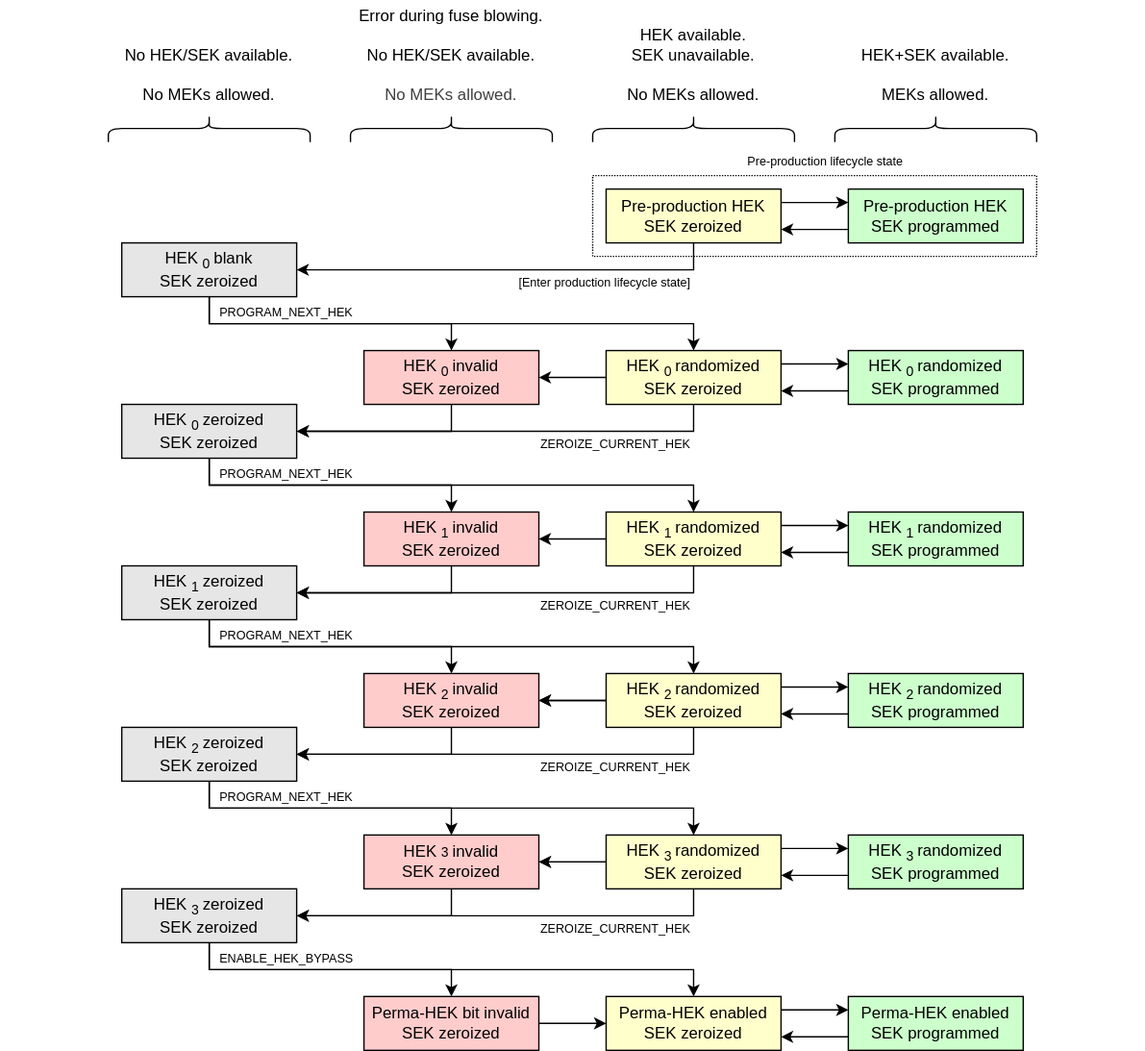
Before: doc/ocp_lock/diagrams/hek_sek_rotation.drawio.svg, a diagram exported from draw.io (chipsalliance/Caliptra). Source tidied: cells renumbered, new cells last; positions are measured from the earlier drawing's top-left corner, leaving out a move shared by most shapes.
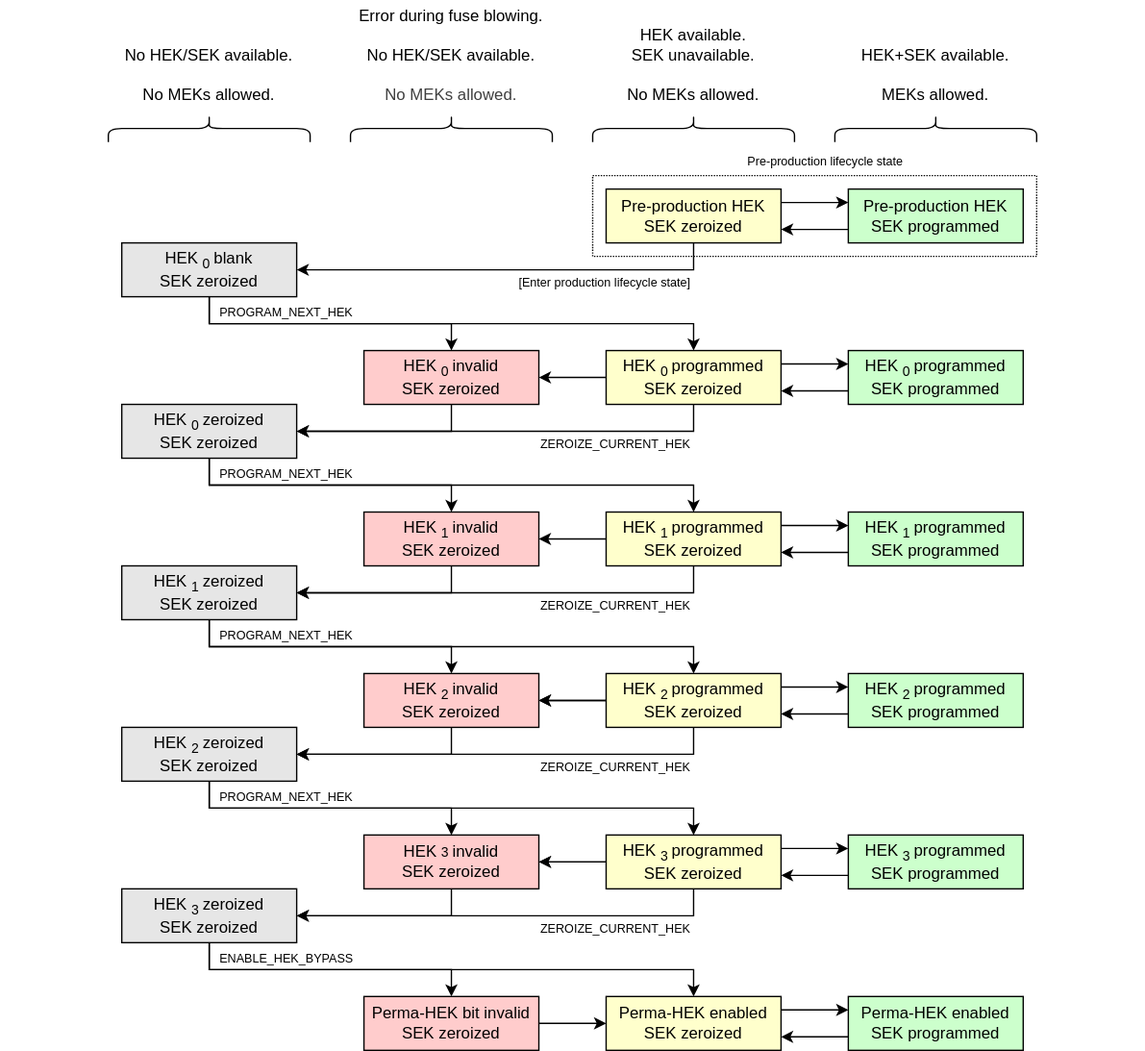
After the change.

Commit message:
Tweak REPORT_EPOCH_KEY_STATE. (#503)

- Remove extraneous input arguments that are no longer necessary.
- Reword output arguments to better align with standards.

Change to the diagram source:
```diff
@@ -11,7 +11,7 @@
     <mxCell id="4" value="&lt;div&gt;&lt;font color=&quot;#000000&quot;&gt;HEK&lt;sub&gt;0&lt;/sub&gt;&amp;nbsp;&lt;/font&gt;&lt;span style=&quot;color: rgb(0, 0, 0); background-color: transparent;&quot;&gt;blank&lt;/span&gt;&lt;/div&gt;&lt;div&gt;&lt;font color=&quot;#000000&quot;&gt;SEK&amp;nbsp;&lt;span style=&quot;color: rgb(0, 0, 0);&quot;&gt;zeroized&lt;/span&gt;&amp;nbsp;&lt;/font&gt;&lt;/div&gt;" style="rounded=0;whiteSpace=wrap;html=1;align=center;verticalAlign=middle;shadow=0;glass=0;spacingLeft=0;spacingBottom=0;spacingTop=0;fillColor=#E6E6E6;" parent="1" vertex="1">
       <mxGeometry x="90" y="180" width="130" height="40" as="geometry" />
     </mxCell>
-    <mxCell id="5" value="&lt;div&gt;&lt;font color=&quot;#000000&quot;&gt;HEK&lt;sub&gt;0&lt;/sub&gt;&amp;nbsp;randomized&lt;/font&gt;&lt;/div&gt;&lt;div&gt;&lt;font color=&quot;#000000&quot;&gt;SEK&amp;nbsp;&lt;/font&gt;&lt;span style=&quot;color: rgb(0, 0, 0); background-color: transparent;&quot;&gt;zeroized&lt;/span&gt;&lt;/div&gt;" style="rounded=0;whiteSpace=wrap;html=1;align=center;verticalAlign=middle;shadow=0;glass=0;spacingLeft=0;spacingBottom=0;spacingTop=0;fillColor=#FFFFCC;" parent="1" vertex="1">
+    <mxCell id="5" value="&lt;div&gt;&lt;font color=&quot;#000000&quot;&gt;HEK&lt;sub&gt;0&lt;/sub&gt;&amp;nbsp;programmed&lt;/font&gt;&lt;/div&gt;&lt;div&gt;&lt;font color=&quot;#000000&quot;&gt;SEK&amp;nbsp;&lt;/font&gt;&lt;span style=&quot;color: rgb(0, 0, 0); background-color: transparent;&quot;&gt;zeroized&lt;/span&gt;&lt;/div&gt;" style="rounded=0;whiteSpace=wrap;html=1;align=center;verticalAlign=middle;shadow=0;glass=0;spacingLeft=0;spacingBottom=0;spacingTop=0;fillColor=#FFFFCC;" parent="1" vertex="1">
       <mxGeometry x="450" y="260" width="130" height="40" as="geometry" />
     </mxCell>
     <mxCell id="6" value="&lt;div&gt;&lt;font color=&quot;#000000&quot;&gt;HEK&lt;sub&gt;0&lt;/sub&gt;&amp;nbsp;invalid&lt;/font&gt;&lt;/div&gt;&lt;div&gt;&lt;font color=&quot;#000000&quot;&gt;SEK zeroized&lt;/font&gt;&lt;/div&gt;" style="rounded=0;whiteSpace=wrap;html=1;align=center;verticalAlign=middle;shadow=0;glass=0;spacingLeft=0;spacingBottom=0;spacingTop=0;fillColor=#FFCCCC;" parent="1" vertex="1">
@@ -43,10 +43,10 @@
         </Array>
       </mxGeometry>
     </mxCell>
-    <mxCell id="13" value="&lt;div&gt;&lt;font color=&quot;#000000&quot;&gt;HEK&lt;sub&gt;0&lt;/sub&gt;&amp;nbsp;&lt;/font&gt;&lt;span style=&quot;color: rgb(0, 0, 0); background-color: transparent;&quot;&gt;randomized&lt;/span&gt;&lt;/div&gt;&lt;div&gt;&lt;font color=&quot;#000000&quot;&gt;SEK programmed&lt;/font&gt;&lt;/div&gt;" style="rounded=0;whiteSpace=wrap;html=1;align=center;verticalAlign=middle;shadow=0;glass=0;spacingLeft=0;spacingBottom=0;spacingTop=0;fillColor=#CCFFCC;" parent="1" vertex="1">
+    <mxCell id="13" value="&lt;div&gt;&lt;font color=&quot;#000000&quot;&gt;HEK&lt;sub&gt;0&lt;/sub&gt;&amp;nbsp;&lt;/font&gt;&lt;span style=&quot;color: rgb(0, 0, 0); background-color: transparent;&quot;&gt;programmed&lt;/span&gt;&lt;/div&gt;&lt;div&gt;&lt;font color=&quot;#000000&quot;&gt;SEK programmed&lt;/font&gt;&lt;/div&gt;" style="rounded=0;whiteSpace=wrap;html=1;align=center;verticalAlign=middle;shadow=0;glass=0;spacingLeft=0;spacingBottom=0;spacingTop=0;fillColor=#CCFFCC;" parent="1" vertex="1">
       <mxGeometry x="630" y="260" width="130" height="40" as="geometry" />
     </mxCell>
-    <mxCell id="14" value="&lt;div&gt;&lt;font color=&quot;#000000&quot;&gt;HEK&lt;sub&gt;1&lt;/sub&gt;&amp;nbsp;&lt;/font&gt;&lt;span style=&quot;color: rgb(0, 0, 0); background-color: transparent;&quot;&gt;randomized&lt;/span&gt;&lt;/div&gt;&lt;div&gt;&lt;font color=&quot;#000000&quot;&gt;SEK&amp;nbsp;&lt;/font&gt;&lt;span style=&quot;color: rgb(0, 0, 0); background-color: transparent;&quot;&gt;zeroized&lt;/span&gt;&lt;/div&gt;" style="rounded=0;whiteSpace=wrap;html=1;align=center;verticalAlign=middle;shadow=0;glass=0;spacingLeft=0;spacingBottom=0;spacingTop=0;fillColor=#FFFFCC;" parent="1" vertex="1">
+    <mxCell id="14" value="&lt;div&gt;&lt;font color=&quot;#000000&quot;&gt;HEK&lt;sub&gt;1&lt;/sub&gt;&amp;nbsp;&lt;/font&gt;&lt;span style=&quot;color: rgb(0, 0, 0); background-color: transparent;&quot;&gt;programmed&lt;/span&gt;&lt;/div&gt;&lt;div&gt;&lt;font color=&quot;#000000&quot;&gt;SEK&amp;nbsp;&lt;/font&gt;&lt;span style=&quot;color: rgb(0, 0, 0); background-color: transparent;&quot;&gt;zeroized&lt;/span&gt;&lt;/div&gt;" style="rounded=0;whiteSpace=wrap;html=1;align=center;verticalAlign=middle;shadow=0;glass=0;spacingLeft=0;spacingBottom=0;spacingTop=0;fillColor=#FFFFCC;" parent="1" vertex="1">
       <mxGeometry x="450" y="380" width="130" height="40" as="geometry" />
     </mxCell>
     <mxCell id="15" value="&lt;div&gt;&lt;font color=&quot;#000000&quot;&gt;HEK&lt;sub&gt;1&lt;/sub&gt;&amp;nbsp;invalid&lt;/font&gt;&lt;/div&gt;&lt;div&gt;&lt;font color=&quot;#000000&quot;&gt;SEK&amp;nbsp;&lt;/font&gt;&lt;span style=&quot;color: rgb(0, 0, 0); background-color: transparent;&quot;&gt;zeroized&lt;/span&gt;&lt;/div&gt;" style="rounded=0;whiteSpace=wrap;html=1;align=center;verticalAlign=middle;shadow=0;glass=0;spacingLeft=0;spacingBottom=0;spacingTop=0;fillColor=#FFCCCC;" parent="1" vertex="1">
@@ -83,7 +83,7 @@
     <mxCell id="22" style="edgeStyle=none;html=1;startSize=6;endSize=6;" parent="1" edge="1" source="23" target="24">
       <mxGeometry relative="1" as="geometry" />
     </mxCell>
-    <mxCell id="23" value="&lt;div&gt;&lt;font color=&quot;#000000&quot;&gt;HEK&lt;sub&gt;2&lt;/sub&gt;&amp;nbsp;&lt;/font&gt;&lt;span style=&quot;color: rgb(0, 0, 0); background-color: transparent;&quot;&gt;randomized&lt;/span&gt;&lt;/div&gt;&lt;div&gt;&lt;font color=&quot;#000000&quot;&gt;SEK&amp;nbsp;&lt;/font&gt;&lt;span style=&quot;color: rgb(0, 0, 0); background-color: transparent;&quot;&gt;zeroized&lt;/span&gt;&lt;/div&gt;" style="rounded=0;whiteSpace=wrap;html=1;align=center;verticalAlign=middle;shadow=0;glass=0;spacingLeft=0;spacingBottom=0;spacingTop=0;fillColor=#FFFFCC;" parent="1" vertex="1">
+    <mxCell id="23" value="&lt;div&gt;&lt;font color=&quot;#000000&quot;&gt;HEK&lt;sub&gt;2&lt;/sub&gt;&amp;nbsp;&lt;/font&gt;&lt;span style=&quot;color: rgb(0, 0, 0); background-color: transparent;&quot;&gt;programmed&lt;/span&gt;&lt;/div&gt;&lt;div&gt;&lt;font color=&quot;#000000&quot;&gt;SEK&amp;nbsp;&lt;/font&gt;&lt;span style=&quot;color: rgb(0, 0, 0); background-color: transparent;&quot;&gt;zeroized&lt;/span&gt;&lt;/div&gt;" style="rounded=0;whiteSpace=wrap;html=1;align=center;verticalAlign=middle;shadow=0;glass=0;spacingLeft=0;spacingBottom=0;spacingTop=0;fillColor=#FFFFCC;" parent="1" vertex="1">
       <mxGeometry x="450" y="500" width="130" height="40" as="geometry" />
     </mxCell>
     <mxCell id="24" value="&lt;div&gt;&lt;font color=&quot;#000000&quot;&gt;HEK&lt;sub&gt;2&lt;/sub&gt;&amp;nbsp;invalid&lt;/font&gt;&lt;/div&gt;&lt;div&gt;&lt;font color=&quot;#000000&quot;&gt;SEK&amp;nbsp;&lt;/font&gt;&lt;span style=&quot;color: rgb(0, 0, 0); background-color: transparent;&quot;&gt;zeroized&lt;/span&gt;&lt;/div&gt;" style="rounded=0;whiteSpace=wrap;html=1;align=center;verticalAlign=middle;shadow=0;glass=0;spacingLeft=0;spacingBottom=0;spacingTop=0;fillColor=#FFCCCC;" parent="1" vertex="1">
@@ -118,7 +118,7 @@
     <mxCell id="31" style="edgeStyle=none;html=1;startSize=6;endSize=6;" parent="1" edge="1" source="32" target="33">
       <mxGeometry relative="1" as="geometry" />
     </mxCell>
-    <mxCell id="32" value="&lt;div&gt;&lt;font color=&quot;#000000&quot;&gt;HEK&lt;sub&gt;3&lt;/sub&gt;&amp;nbsp;&lt;/font&gt;&lt;span style=&quot;color: rgb(0, 0, 0); background-color: transparent;&quot;&gt;randomized&lt;/span&gt;&lt;/div&gt;&lt;div&gt;&lt;font color=&quot;#000000&quot;&gt;SEK&amp;nbsp;&lt;/font&gt;&lt;span style=&quot;color: rgb(0, 0, 0); background-color: transparent;&quot;&gt;zeroized&lt;/span&gt;&lt;/div&gt;" style="rounded=0;whiteSpace=wrap;html=1;align=center;verticalAlign=middle;shadow=0;glass=0;spacingLeft=0;spacingBottom=0;spacingTop=0;fillColor=#FFFFCC;" parent="1" vertex="1">
+    <mxCell id="32" value="&lt;div&gt;&lt;font color=&quot;#000000&quot;&gt;HEK&lt;sub&gt;3&lt;/sub&gt;&amp;nbsp;&lt;/font&gt;&lt;span style=&quot;color: rgb(0, 0, 0); background-color: transparent;&quot;&gt;programmed&lt;/span&gt;&lt;/div&gt;&lt;div&gt;&lt;font color=&quot;#000000&quot;&gt;SEK&amp;nbsp;&lt;/font&gt;&lt;span style=&quot;color: rgb(0, 0, 0); background-color: transparent;&quot;&gt;zeroized&lt;/span&gt;&lt;/div&gt;" style="rounded=0;whiteSpace=wrap;html=1;align=center;verticalAlign=middle;shadow=0;glass=0;spacingLeft=0;spacingBottom=0;spacingTop=0;fillColor=#FFFFCC;" parent="1" vertex="1">
       <mxGeometry x="450" y="620" width="130" height="40" as="geometry" />
     </mxCell>
     <mxCell id="33" value="&lt;div&gt;&lt;font color=&quot;#000000&quot;&gt;HEK&lt;/font&gt;&lt;font&gt;&lt;span style=&quot;font-size: 10px;&quot;&gt;3&lt;/span&gt;&lt;/font&gt;&lt;span style=&quot;color: rgb(0, 0, 0); background-color: transparent;&quot;&gt;&amp;nbsp;invalid&lt;/span&gt;&lt;/div&gt;&lt;div&gt;&lt;span style=&quot;color: rgb(0, 0, 0); background-color: transparent;&quot;&gt;SEK&amp;nbsp;&lt;/span&gt;&lt;span style=&quot;color: rgb(0, 0, 0); background-color: transparent;&quot;&gt;zeroized&lt;/span&gt;&lt;/div&gt;" style="rounded=0;whiteSpace=wrap;html=1;align=center;verticalAlign=middle;shadow=0;glass=0;spacingLeft=0;spacingBottom=0;spacingTop=0;fillColor=#FFCCCC;" parent="1" vertex="1">
@@ -165,13 +165,13 @@
     <mxCell id="44" style="edgeStyle=elbowEdgeStyle;elbow=vertical;endArrow=classic;html=1;rounded=0;endSize=6;startSize=6;exitX=0.5;exitY=1;exitDx=0;exitDy=0;entryX=0.5;entryY=0;entryDx=0;entryDy=0;" parent="1" edge="1" source="34" target="42">
       <mxGeometry relative="1" as="geometry" />
     </mxCell>
-    <mxCell id="45" value="&lt;div&gt;&lt;font color=&quot;#000000&quot;&gt;HEK&lt;sub&gt;1&lt;/sub&gt;&amp;nbsp;&lt;/font&gt;&lt;span style=&quot;color: rgb(0, 0, 0); background-color: transparent;&quot;&gt;randomized&lt;/span&gt;&lt;/div&gt;&lt;div&gt;&lt;font color=&quot;#000000&quot;&gt;SEK&amp;nbsp;&lt;/font&gt;&lt;span style=&quot;color: rgb(0, 0, 0); background-color: transparent;&quot;&gt;programmed&lt;/span&gt;&lt;/div&gt;" style="rounded=0;whiteSpace=wrap;html=1;align=center;verticalAlign=middle;shadow=0;glass=0;spacingLeft=0;spacingBottom=0;spacingTop=0;fillColor=#CCFFCC;" parent="1" vertex="1">
+    <mxCell id="45" value="&lt;div&gt;&lt;font color=&quot;#000000&quot;&gt;HEK&lt;sub&gt;1&lt;/sub&gt;&amp;nbsp;&lt;/font&gt;&lt;span style=&quot;color: rgb(0, 0, 0); background-color: transparent;&quot;&gt;programmed&lt;/span&gt;&lt;/div&gt;&lt;div&gt;&lt;font color=&quot;#000000&quot;&gt;SEK&amp;nbsp;&lt;/font&gt;&lt;span style=&quot;color: rgb(0, 0, 0); background-color: transparent;&quot;&gt;programmed&lt;/span&gt;&lt;/div&gt;" style="rounded=0;whiteSpace=wrap;html=1;align=center;verticalAlign=middle;shadow=0;glass=0;spacingLeft=0;spacingBottom=0;spacingTop=0;fillColor=#CCFFCC;" parent="1" vertex="1">
       <mxGeometry x="630" y="380" width="130" height="40" as="geometry" />
     </mxCell>
-    <mxCell id="46" value="&lt;div&gt;&lt;font color=&quot;#000000&quot;&gt;HEK&lt;sub&gt;2&lt;/sub&gt;&amp;nbsp;&lt;/font&gt;&lt;span style=&quot;color: rgb(0, 0, 0); background-color: transparent;&quot;&gt;randomized&lt;/span&gt;&lt;/div&gt;&lt;div&gt;&lt;font color=&quot;#000000&quot;&gt;SEK&amp;nbsp;&lt;/font&gt;&lt;span style=&quot;color: rgb(0, 0, 0); background-color: transparent;&quot;&gt;programmed&lt;/span&gt;&lt;/div&gt;" style="rounded=0;whiteSpace=wrap;html=1;align=center;verticalAlign=middle;shadow=0;glass=0;spacingLeft=0;spacingBottom=0;spacingTop=0;fillColor=#CCFFCC;" parent="1" vertex="1">
+    <mxCell id="46" value="&lt;div&gt;&lt;font color=&quot;#000000&quot;&gt;HEK&lt;sub&gt;2&lt;/sub&gt;&amp;nbsp;&lt;/font&gt;&lt;span style=&quot;color: rgb(0, 0, 0); background-color: transparent;&quot;&gt;programmed&lt;/span&gt;&lt;/div&gt;&lt;div&gt;&lt;font color=&quot;#000000&quot;&gt;SEK&amp;nbsp;&lt;/font&gt;&lt;span style=&quot;color: rgb(0, 0, 0); background-color: transparent;&quot;&gt;programmed&lt;/span&gt;&lt;/div&gt;" style="rounded=0;whiteSpace=wrap;html=1;align=center;verticalAlign=middle;shadow=0;glass=0;spacingLeft=0;spacingBottom=0;spacingTop=0;fillColor=#CCFFCC;" parent="1" vertex="1">
       <mxGeometry x="630" y="500" width="130" height="40" as="geometry" />
     </mxCell>
-    <mxCell id="47" value="&lt;div&gt;&lt;font color=&quot;#000000&quot;&gt;HEK&lt;sub&gt;3&lt;/sub&gt;&amp;nbsp;&lt;/font&gt;&lt;span style=&quot;color: rgb(0, 0, 0); background-color: transparent;&quot;&gt;randomized&lt;/span&gt;&lt;/div&gt;&lt;div&gt;&lt;font color=&quot;#000000&quot;&gt;SEK&amp;nbsp;&lt;/font&gt;&lt;span style=&quot;color: rgb(0, 0, 0); background-color: transparent;&quot;&gt;programmed&lt;/span&gt;&lt;/div&gt;" style="rounded=0;whiteSpace=wrap;html=1;align=center;verticalAlign=middle;shadow=0;glass=0;spacingLeft=0;spacingBottom=0;spacingTop=0;fillColor=#CCFFCC;" parent="1" vertex="1">
+    <mxCell id="47" value="&lt;div&gt;&lt;font color=&quot;#000000&quot;&gt;HEK&lt;sub&gt;3&lt;/sub&gt;&amp;nbsp;&lt;/font&gt;&lt;span style=&quot;color: rgb(0, 0, 0); background-color: transparent;&quot;&gt;programmed&lt;/span&gt;&lt;/div&gt;&lt;div&gt;&lt;font color=&quot;#000000&quot;&gt;SEK&amp;nbsp;&lt;/font&gt;&lt;span style=&quot;color: rgb(0, 0, 0); background-color: transparent;&quot;&gt;programmed&lt;/span&gt;&lt;/div&gt;" style="rounded=0;whiteSpace=wrap;html=1;align=center;verticalAlign=middle;shadow=0;glass=0;spacingLeft=0;spacingBottom=0;spacingTop=0;fillColor=#CCFFCC;" parent="1" vertex="1">
       <mxGeometry x="630" y="620" width="130" height="40" as="geometry" />
     </mxCell>
     <mxCell id="48" value="&lt;div&gt;&lt;font color=&quot;#000000&quot;&gt;&lt;span style=&quot;color: rgb(0, 0, 0); background-color: transparent;&quot;&gt;Perma-HEK&lt;/span&gt;&amp;nbsp;enabled&lt;/font&gt;&lt;/div&gt;&lt;div&gt;&lt;font color=&quot;#000000&quot;&gt;SEK&amp;nbsp;&lt;/font&gt;&lt;span style=&quot;color: rgb(0, 0, 0); background-color: transparent;&quot;&gt;programmed&lt;/span&gt;&lt;/div&gt;" style="rounded=0;whiteSpace=wrap;html=1;align=center;verticalAlign=middle;shadow=0;glass=0;spacingLeft=0;spacingBottom=0;spacingTop=0;fillColor=#CCFFCC;" parent="1" vertex="1">
```
